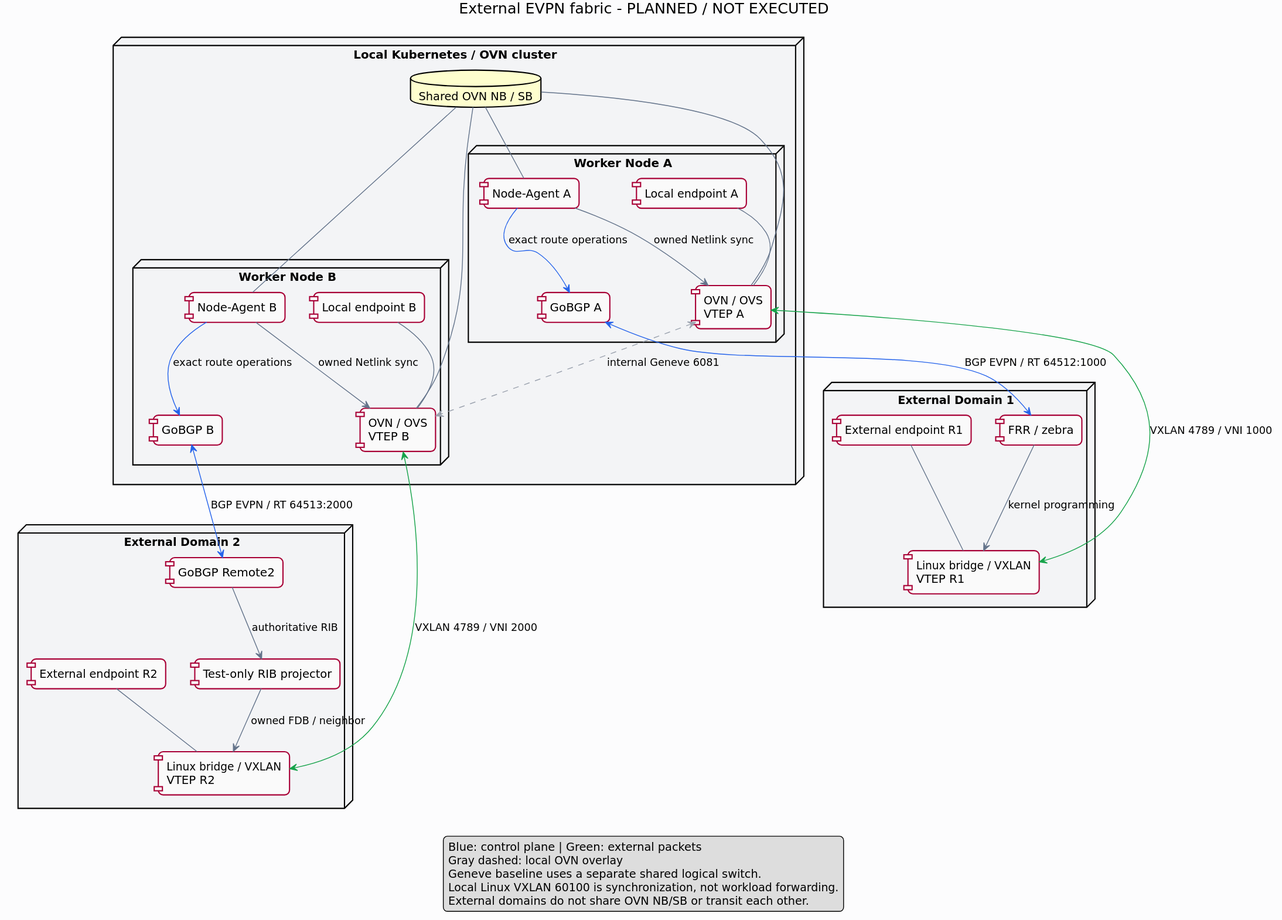
The PlantUML diagram docs/uml/external-evpn-fabric.svg in romanspb80/evpn-for-ovn, before a commit. The source it was exported from:
```plantuml
@startuml
title External EVPN fabric - PLANNED / NOT EXECUTED
skinparam backgroundColor #FCFCFD
skinparam shadowing false
skinparam roundcorner 12
skinparam defaultFontName DejaVu Sans
skinparam componentStyle rectangle
skinparam ArrowColor #64748B
skinparam nodeBackgroundColor #F3F4F6
skinparam componentBackgroundColor #FAFAFA

node "Local Kubernetes / OVN cluster" {
  database "Shared OVN NB / SB" as DB
  node "Worker Node A" {
    component "Node-Agent A" as AA
    component "GoBGP A" as GA
    component "OVN / OVS\nVTEP A" as OA
    component "Local endpoint A" as EA
  }
  node "Worker Node B" {
    component "Node-Agent B" as AB
    component "GoBGP B" as GB
    component "OVN / OVS\nVTEP B" as OB
    component "Local endpoint B" as EB
  }
}
node "External Domain 1" {
  component "FRR / zebra" as F
  component "Linux bridge / VXLAN\nVTEP R1" as D1
  component "External endpoint R1" as E1
}
node "External Domain 2" {
  component "GoBGP Remote2" as G2
  component "Test-only RIB projector" as P2
  component "Linux bridge / VXLAN\nVTEP R2" as D2
  component "External endpoint R2" as E2
}

DB -- AA
DB -- AB
DB -- OA
DB -- OB
AA -[#2563EB]-> GA : exact route operations
AB -[#2563EB]-> GB : exact route operations
AA --> OA : owned Netlink sync
AB --> OB : owned Netlink sync
GA <-[#2563EB]-> F : BGP EVPN / RT 64512:1000
GB <-[#2563EB]-> G2 : BGP EVPN / RT 64513:2000
F --> D1 : kernel programming
G2 --> P2 : authoritative RIB
P2 --> D2 : owned FDB / neighbor
EA -- OA
EB -- OB
E1 -- D1
E2 -- D2
OA <-[#16A34A]-> D1 : VXLAN 4789 / VNI 1000
OB <-[#16A34A]-> D2 : VXLAN 4789 / VNI 2000
OA <-[#9CA3AF,dashed]-> OB : internal Geneve 6081

legend bottom
  Blue: control plane | Green: external packets
  Gray dashed: local OVN overlay
  Geneve baseline uses a separate shared logical switch.
  Local Linux VXLAN 60100 is synchronization, not workload forwarding.
  External domains do not share OVN NB/SB or transit each other.
endlegend
@enduml
```
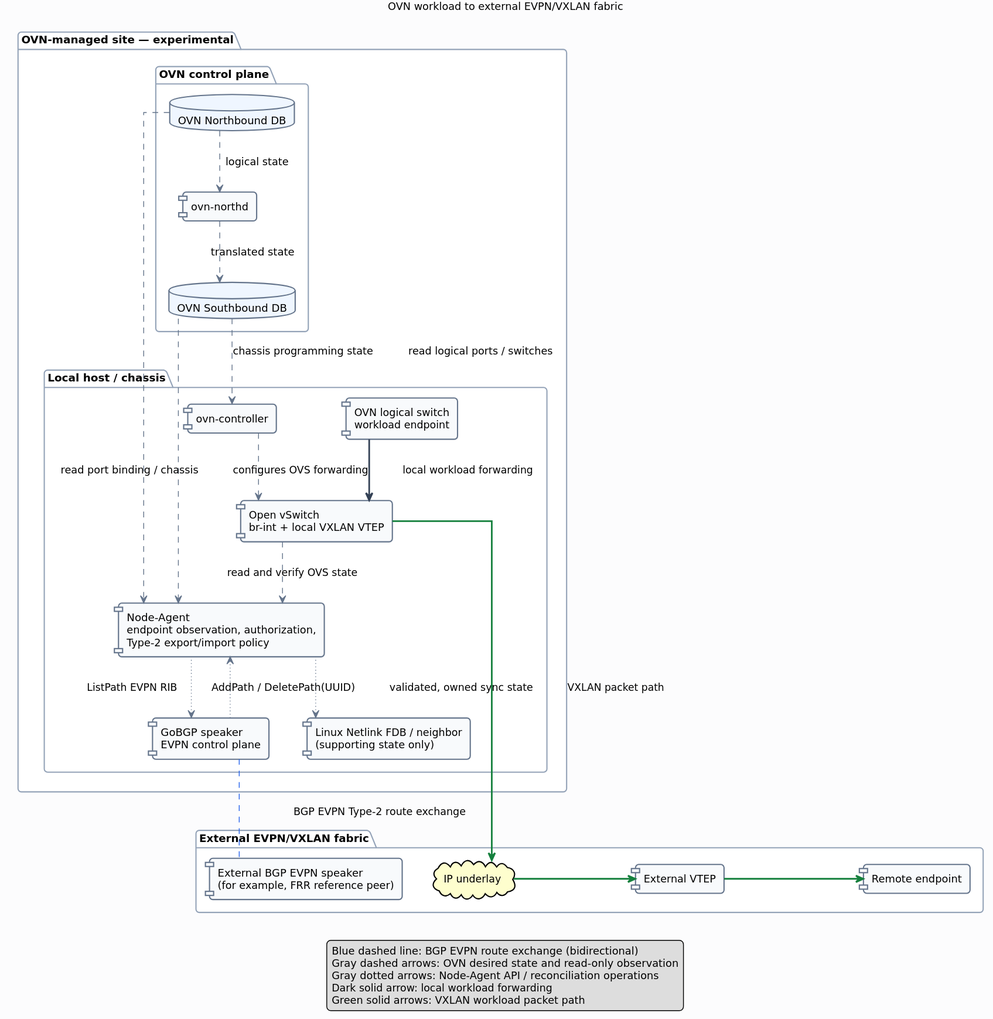
The same file after the commit.

Diff of the diagram source:
```diff
@@ -1,67 +1,69 @@
 @startuml
-title External EVPN fabric - PLANNED / NOT EXECUTED
+title OVN workload to external EVPN/VXLAN fabric
+top to bottom direction
 skinparam backgroundColor #FCFCFD
 skinparam shadowing false
-skinparam roundcorner 12
+skinparam roundcorner 8
 skinparam defaultFontName DejaVu Sans
+skinparam defaultFontSize 13
+skinparam ArrowFontSize 12
+skinparam linetype ortho
+skinparam ArrowColor #475569
 skinparam componentStyle rectangle
-skinparam ArrowColor #64748B
-skinparam nodeBackgroundColor #F3F4F6
-skinparam componentBackgroundColor #FAFAFA
+skinparam componentBackgroundColor #F8FAFC
+skinparam componentBorderColor #64748B
+skinparam databaseBackgroundColor #EFF6FF
+skinparam databaseBorderColor #64748B
+skinparam packageBackgroundColor #FFFFFF
+skinparam packageBorderColor #94A3B8
 
-node "Local Kubernetes / OVN cluster" {
-  database "Shared OVN NB / SB" as DB
-  node "Worker Node A" {
-    component "Node-Agent A" as AA
-    component "GoBGP A" as GA
-    component "OVN / OVS\nVTEP A" as OA
-    component "Local endpoint A" as EA
+package "OVN-managed site — experimental" {
+  package "OVN control plane" {
+    database "OVN Northbound DB" as NB
+    component "ovn-northd" as Northd
+    database "OVN Southbound DB" as SB
   }
-  node "Worker Node B" {
-    component "Node-Agent B" as AB
-    component "GoBGP B" as GB
-    component "OVN / OVS\nVTEP B" as OB
-    component "Local endpoint B" as EB
+
+  package "Local host / chassis" {
+    component "Node-Agent\nendpoint observation, authorization,\nType-2 export/import policy" as Agent
+    component "GoBGP speaker\nEVPN control plane" as GoBGP
+    component "OVN logical switch\nworkload endpoint" as LocalWorkload
+    component "ovn-controller" as Controller
+    component "Open vSwitch\nbr-int + local VXLAN VTEP" as LocalOVS
+    component "Linux Netlink FDB / neighbor\n(supporting state only)" as Netlink
   }
 }
-node "External Domain 1" {
-  component "FRR / zebra" as F
-  component "Linux bridge / VXLAN\nVTEP R1" as D1
-  component "External endpoint R1" as E1
-}
-node "External Domain 2" {
-  component "GoBGP Remote2" as G2
-  component "Test-only RIB projector" as P2
-  component "Linux bridge / VXLAN\nVTEP R2" as D2
-  component "External endpoint R2" as E2
+
+package "External EVPN/VXLAN fabric" {
+  component "External BGP EVPN speaker\n(for example, FRR reference peer)" as Peer
+  cloud "IP underlay" as Underlay
+  component "External VTEP" as RemoteVTEP
+  component "Remote endpoint" as RemoteWorkload
 }
 
-DB -- AA
-DB -- AB
-DB -- OA
-DB -- OB
-AA -[#2563EB]-> GA : exact route operations
-AB -[#2563EB]-> GB : exact route operations
-AA --> OA : owned Netlink sync
-AB --> OB : owned Netlink sync
-GA <-[#2563EB]-> F : BGP EVPN / RT 64512:1000
-GB <-[#2563EB]-> G2 : BGP EVPN / RT 64513:2000
-F --> D1 : kernel programming
-G2 --> P2 : authoritative RIB
-P2 --> D2 : owned FDB / neighbor
-EA -- OA
-EB -- OB
-E1 -- D1
-E2 -- D2
-OA <-[#16A34A]-> D1 : VXLAN 4789 / VNI 1000
-OB <-[#16A34A]-> D2 : VXLAN 4789 / VNI 2000
-OA <-[#9CA3AF,dashed]-> OB : internal Geneve 6081
+NB -[#64748B,dashed]-> Northd : logical state
+Northd -[#64748B,dashed]-> SB : translated state
+SB -[#64748B,dashed]-> Controller : chassis programming state
+Controller -[#64748B,dashed]-> LocalOVS : configures OVS forwarding
+
+NB -[#64748B,dashed]-> Agent : read logical ports / switches
+SB -[#64748B,dashed]-> Agent : read port binding / chassis
+LocalOVS -[#64748B,dashed]-> Agent : read and verify OVS state
+Agent -[#64748B,dotted]-> GoBGP : AddPath / DeletePath(UUID)
+GoBGP -[#64748B,dotted]-> Agent : ListPath EVPN RIB
+Agent -[#64748B,dotted]-> Netlink : validated, owned sync state
+
+LocalWorkload -[#334155,bold]-> LocalOVS : local workload forwarding
+GoBGP -[#2563EB,dashed]- Peer : BGP EVPN Type-2 route exchange
+LocalOVS -[#15803D,bold]right-> Underlay : VXLAN packet path
+Underlay -[#15803D,bold]right-> RemoteVTEP : VXLAN / UDP 4789
+RemoteVTEP -[#15803D,bold]right-> RemoteWorkload : decapsulated packet
 
 legend bottom
-  Blue: control plane | Green: external packets
-  Gray dashed: local OVN overlay
-  Geneve baseline uses a separate shared logical switch.
-  Local Linux VXLAN 60100 is synchronization, not workload forwarding.
-  External domains do not share OVN NB/SB or transit each other.
+  Blue dashed line: BGP EVPN route exchange (bidirectional)
+  Gray dashed arrows: OVN desired state and read-only observation
+  Gray dotted arrows: Node-Agent API / reconciliation operations
+  Dark solid arrow: local workload forwarding
+  Green solid arrows: VXLAN workload packet path
 endlegend
 @enduml
```
